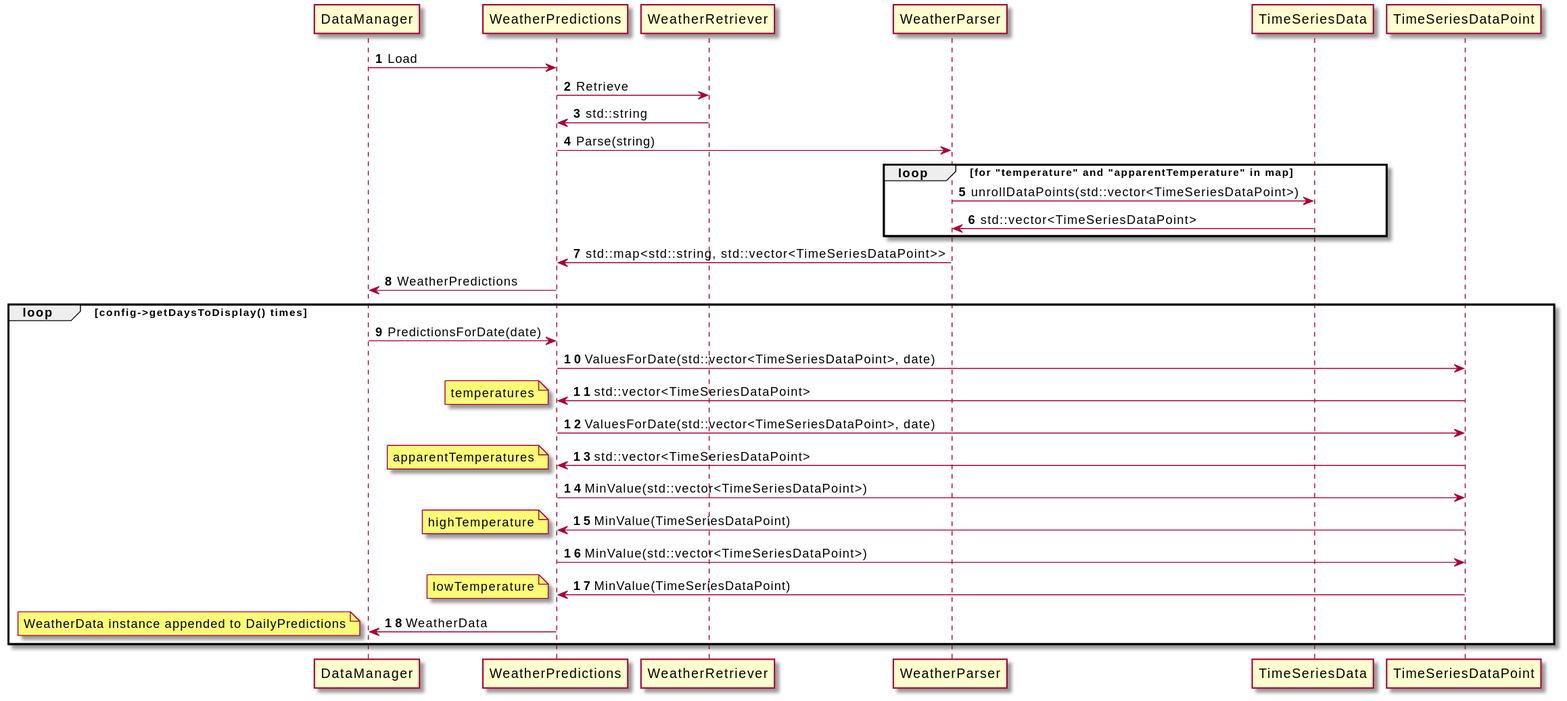
This is docs/WeatherDataETL.svg from ciroque/tidal, a PlantUML export, as it was before one commit. Source of this version:
```plantuml
@startuml

autonumber

DataManager -> WeatherPredictions : Load
WeatherPredictions -> WeatherRetriever : Retrieve
WeatherPredictions <- WeatherRetriever : std::string

WeatherPredictions -> WeatherParser : Parse(string)
loop for "temperature" and "apparentTemperature" in map
    WeatherParser -> TimeSeriesData : unrollDataPoints(std::vector<TimeSeriesDataPoint>)
    WeatherParser <- TimeSeriesData : std::vector<TimeSeriesDataPoint>
end
WeatherPredictions <- WeatherParser : std::map<std::string, std::vector<TimeSeriesDataPoint>>

DataManager <- WeatherPredictions : WeatherPredictions

loop config->getDaysToDisplay() times
    DataManager -> WeatherPredictions : PredictionsForDate(date)

    WeatherPredictions -> TimeSeriesDataPoint : ValuesForDate(std::vector<TimeSeriesDataPoint>, date)
    WeatherPredictions <- TimeSeriesDataPoint : std::vector<TimeSeriesDataPoint>
    note left : temperatures

    WeatherPredictions -> TimeSeriesDataPoint : ValuesForDate(std::vector<TimeSeriesDataPoint>, date)
    WeatherPredictions <- TimeSeriesDataPoint : std::vector<TimeSeriesDataPoint>
    note left : apparentTemperatures

    WeatherPredictions -> TimeSeriesDataPoint : MinValue(std::vector<TimeSeriesDataPoint>)
    WeatherPredictions <- TimeSeriesDataPoint : MinValue(TimeSeriesDataPoint)
    note left : highTemperature

    WeatherPredictions -> TimeSeriesDataPoint : MinValue(std::vector<TimeSeriesDataPoint>)
    WeatherPredictions <- TimeSeriesDataPoint : MinValue(TimeSeriesDataPoint)
    note left : lowTemperature

    DataManager <- WeatherPredictions : WeatherData

    note left : WeatherData instance appended to DailyPredictions
end

@enduml
```
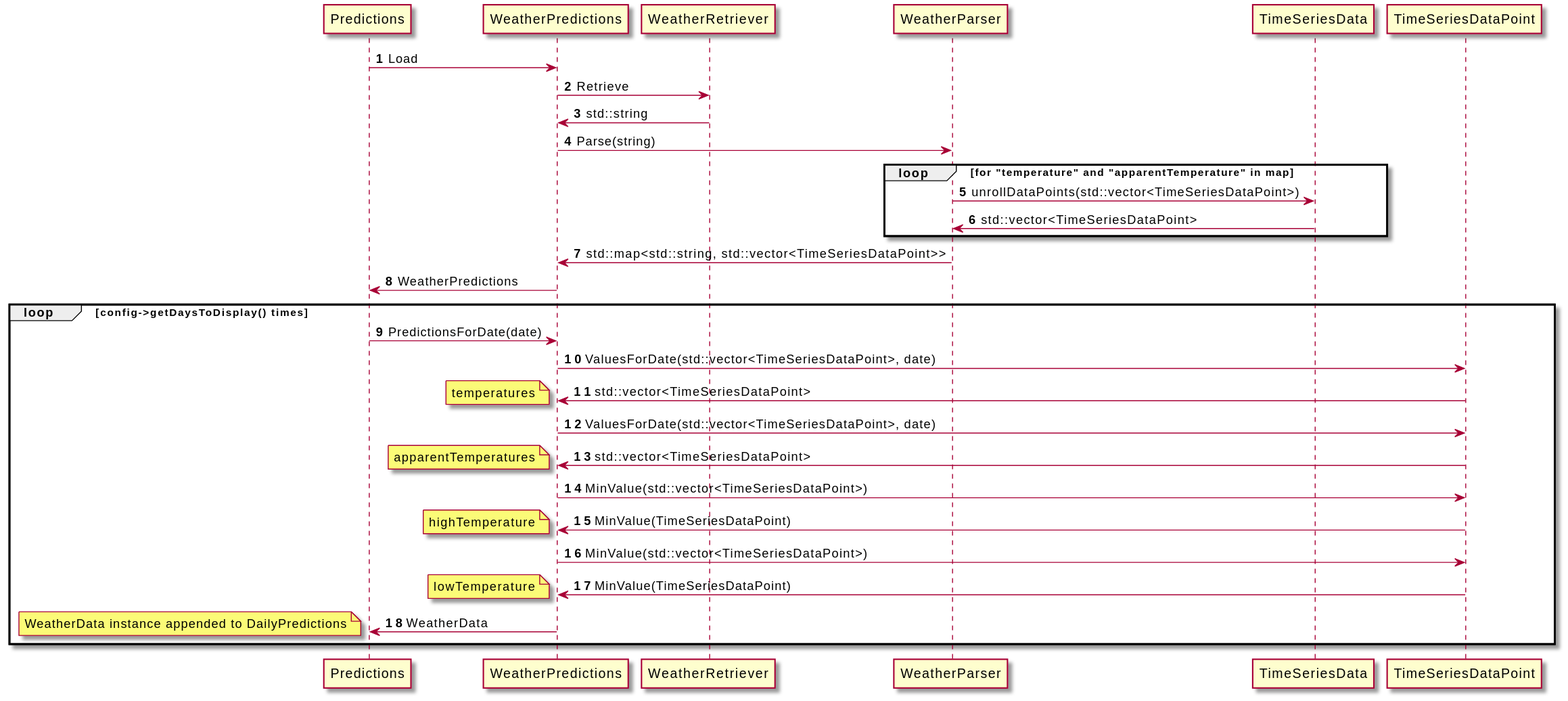
The same file after the commit.

What changed in the source:
```diff
@@ -2,7 +2,7 @@
 
 autonumber
 
-DataManager -> WeatherPredictions : Load
+Predictions -> WeatherPredictions : Load
 WeatherPredictions -> WeatherRetriever : Retrieve
 WeatherPredictions <- WeatherRetriever : std::string
 
@@ -13,10 +13,10 @@
 end
 WeatherPredictions <- WeatherParser : std::map<std::string, std::vector<TimeSeriesDataPoint>>
 
-DataManager <- WeatherPredictions : WeatherPredictions
+Predictions <- WeatherPredictions : WeatherPredictions
 
 loop config->getDaysToDisplay() times
-    DataManager -> WeatherPredictions : PredictionsForDate(date)
+    Predictions -> WeatherPredictions : PredictionsForDate(date)
 
     WeatherPredictions -> TimeSeriesDataPoint : ValuesForDate(std::vector<TimeSeriesDataPoint>, date)
     WeatherPredictions <- TimeSeriesDataPoint : std::vector<TimeSeriesDataPoint>
@@ -34,7 +34,7 @@
     WeatherPredictions <- TimeSeriesDataPoint : MinValue(TimeSeriesDataPoint)
     note left : lowTemperature
 
-    DataManager <- WeatherPredictions : WeatherData
+    Predictions <- WeatherPredictions : WeatherData
 
     note left : WeatherData instance appended to DailyPredictions
 end
```
